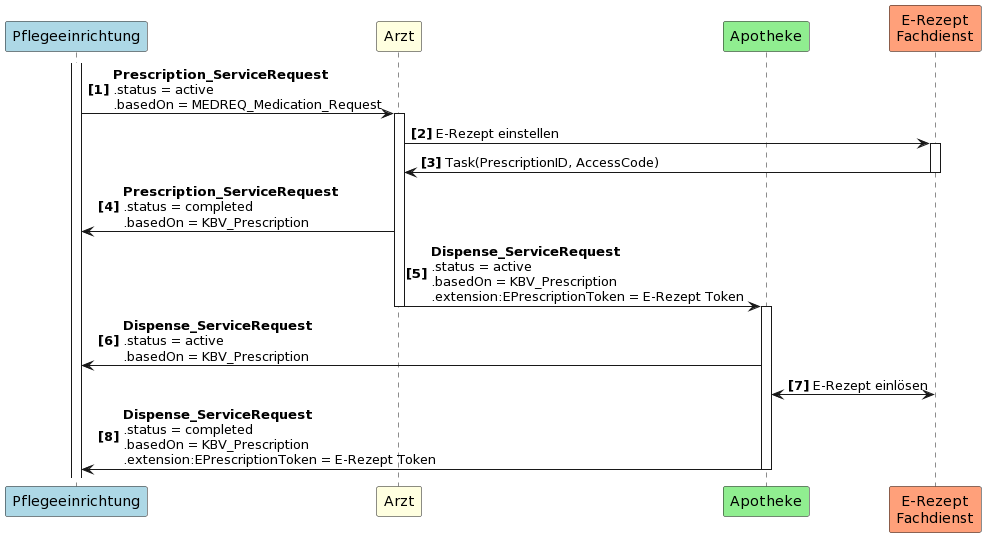
The PlantUML diagram guides/ig-rezeptanforderung/images/puml_images/UC2.png in gematik/spec-E-Rezept-ServiceRequest, before a commit.
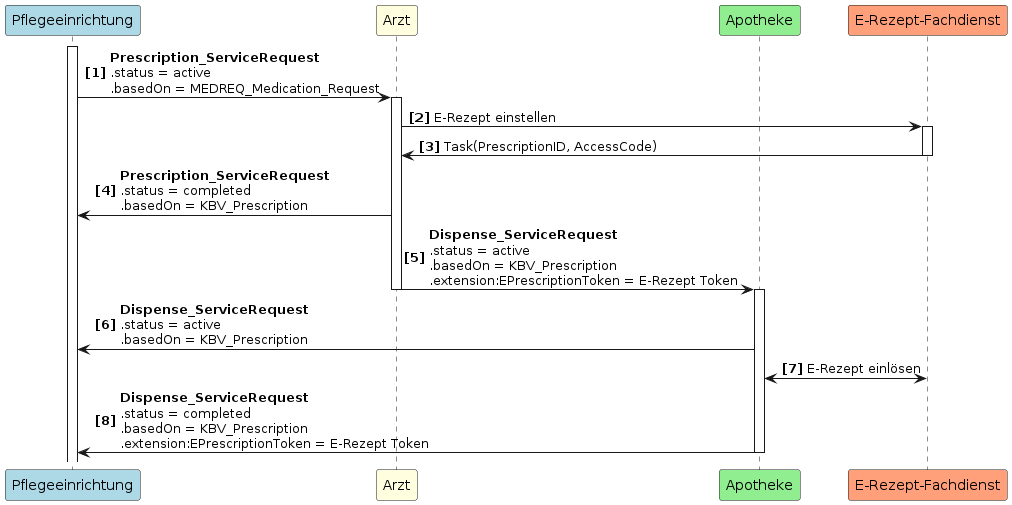
Above is the later version.

Commit message:
Rename E-Rezept Fachdienst

Change to the diagram source:
```diff
@@ -1,9 +1,9 @@
-@startuml
+@startuml UC2
 autonumber "<b>[0]"
 participant Pflegeeinrichtung as PE #LightBlue
 participant Arzt as A #LightYellow
 participant Apotheke as AP #LightGreen
-participant "E-Rezept\nFachdienst" as FD #LightSalmon
+participant "E-Rezept-Fachdienst" as FD #LightSalmon
 
 activate PE
 PE -> A++: <b>Prescription_ServiceRequest \n.status = active \n.basedOn = MEDREQ_Medication_Request
```
